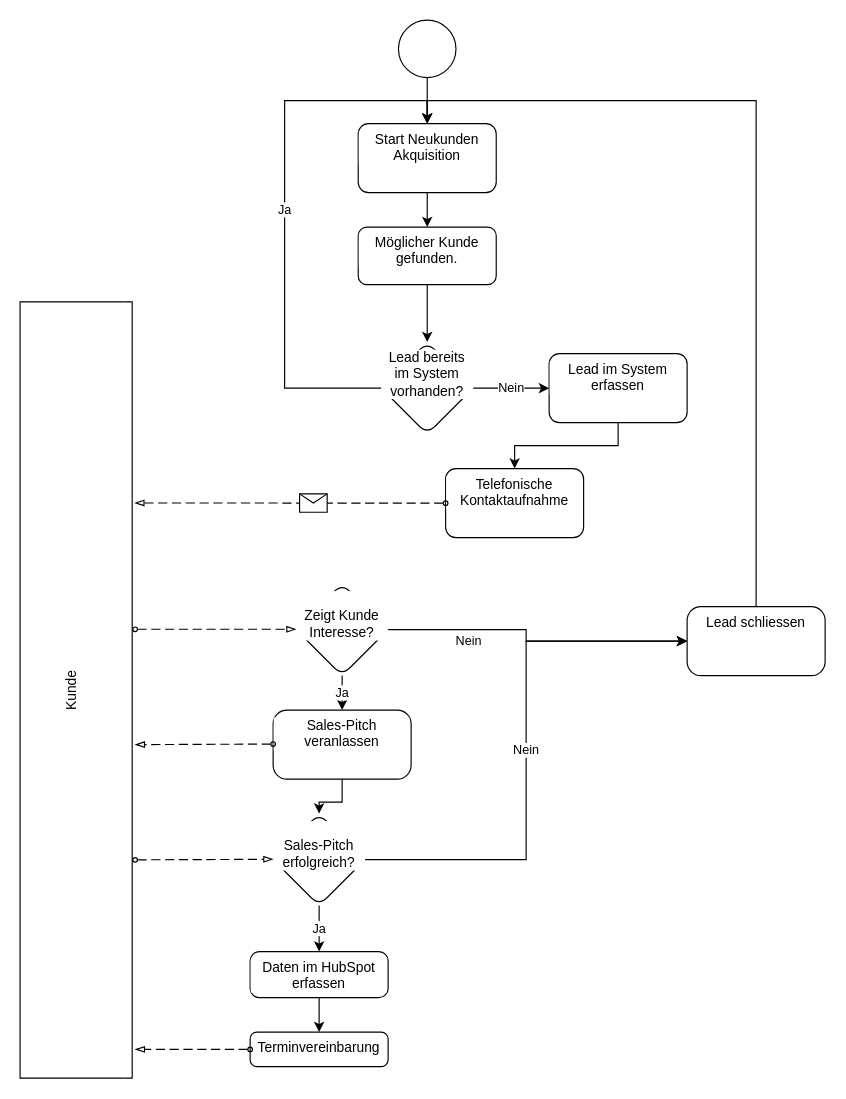
Above: Informationssysteme.drawio in gesv1991/hello-world (draw.io), before the change. Source tidied: cells renumbered, new cells numbered last; positions are measured from the earlier drawing's top-left corner, leaving out a move shared by most shapes. Both pictures are drawn from the tidied source at 115%, with x=0, y=0 at pixel (-313, 20).
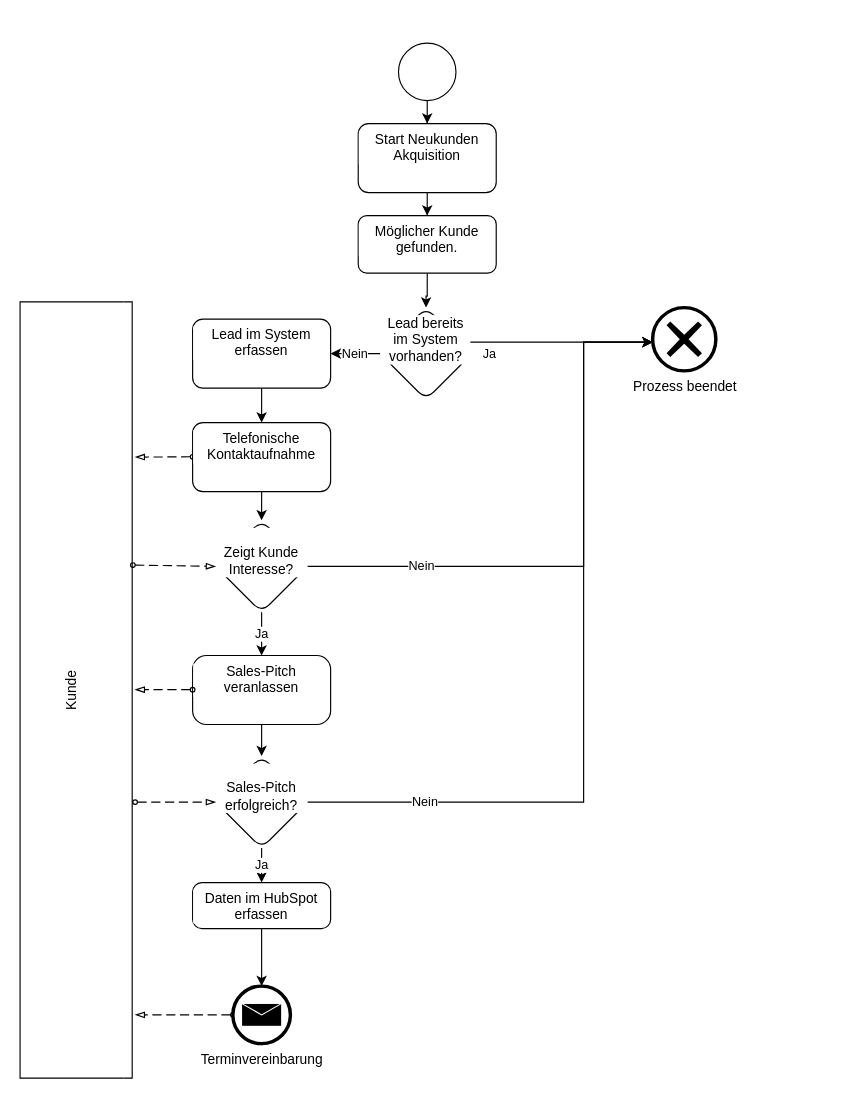
Above is the later version.

Unchanged cells that the change refers to:
```xml
<mxCell id="5" value="Start Neukunden Akquisition" style="rounded=1;whiteSpace=wrap;html=1;verticalAlign=top;labelBackgroundColor=#ffffff;" parent="1" vertex="1">
  <mxGeometry x="583" y="90" width="120" height="60" as="geometry" />
</mxCell>
<mxCell id="6" value="Kunde" style="swimlane;html=1;startSize=90;fontStyle=0;horizontal=1;swimlaneLine=0;fillColor=none;whiteSpace=wrap;rotation=-90;" parent="1" vertex="1">
  <mxGeometry x="0.2" y="533.8" width="675" height="97.5" as="geometry" />
</mxCell>
```

The edit, as a diff of the source:
```diff
@@
     <mxCell id="3" style="points=[[0.145,0.145,0],[0.5,0,0],[0.855,0.145,0],[1,0.5,0],[0.855,0.855,0],[0.5,1,0],[0.145,0.855,0],[0,0.5,0]];shape=mxgraph.bpmn.event;html=1;verticalLabelPosition=bottom;labelBackgroundColor=#ffffff;verticalAlign=top;align=center;perimeter=ellipsePerimeter;outlineConnect=0;outline=standard;symbol=general;" parent="1" vertex="1">
-      <mxGeometry x="618" width="50" height="50" as="geometry" />
+      <mxGeometry x="618" y="20" width="50" height="50" as="geometry" />
     </mxCell>
@@
+    <mxCell id="34" style="endArrow=blockThin;html=1;labelPosition=left;verticalLabelPosition=middle;align=right;verticalAlign=middle;dashed=1;dashPattern=8 4;endFill=0;startArrow=oval;startFill=0;endSize=6;startSize=4;rounded=0;exitX=0;exitY=0.5;exitDx=0;exitDy=0;" parent="6" edge="1">
+      <mxGeometry relative="1" as="geometry">
+        <mxPoint x="438.8" y="-154.1" as="sourcePoint" />
+        <mxPoint x="388.8" y="-153.8" as="targetPoint" />
+      </mxGeometry>
+    </mxCell>
@@
     <mxCell id="8" value="Möglicher Kunde gefunden." style="rounded=1;whiteSpace=wrap;html=1;verticalAlign=top;labelBackgroundColor=#ffffff;" parent="1" vertex="1">
-      <mxGeometry x="583" y="180" width="120" height="50" as="geometry" />
+      <mxGeometry x="583" y="170" width="120" height="50" as="geometry" />
     </mxCell>
+    <mxCell id="10" value="Nein" style="edgeStyle=orthogonalEdgeStyle;rounded=0;jettySize=auto;html=1;" parent="1" edge="1" source="11" target="13">
+      <mxGeometry relative="1" as="geometry" />
+    </mxCell>
-    <mxCell id="9" value="Ja" style="edgeStyle=orthogonalEdgeStyle;rounded=0;jettySize=auto;html=1;" parent="1" edge="1" source="11">
-      <mxGeometry relative="1" as="geometry">
-        <mxPoint x="643" y="90" as="targetPoint" />
+    <mxCell id="9" value="Ja" style="edgeStyle=orthogonalEdgeStyle;rounded=0;jettySize=auto;html=1;entryX=0;entryY=0.5;entryDx=0;entryDy=0;" parent="1" edge="1" source="11">
+      <mxGeometry x="-0.7" y="-10" relative="1" as="geometry">
+        <mxPoint x="839" y="280" as="targetPoint" />
         <Array as="points">
-          <mxPoint x="519" y="320" />
-          <mxPoint x="519" y="70" />
-          <mxPoint x="643" y="70" />
+          <mxPoint x="729" y="280" />
+          <mxPoint x="729" y="280" />
         </Array>
       </mxGeometry>
     </mxCell>
-    <mxCell id="10" value="Nein" style="edgeStyle=orthogonalEdgeStyle;rounded=0;jettySize=auto;html=1;" parent="1" edge="1" source="11" target="13">
-      <mxGeometry relative="1" as="geometry" />
-    </mxCell>
     <mxCell id="11" value="Lead bereits im System vorhanden?" style="rhombus;whiteSpace=wrap;html=1;verticalAlign=top;rounded=1;labelBackgroundColor=#ffffff;" parent="1" vertex="1">
-      <mxGeometry x="603" y="280" width="80" height="80" as="geometry" />
+      <mxGeometry x="602" y="250" width="80" height="80" as="geometry" />
     </mxCell>
@@
     <mxCell id="13" value="Lead im System erfassen" style="whiteSpace=wrap;html=1;verticalAlign=top;rounded=1;labelBackgroundColor=#ffffff;" parent="1" vertex="1">
-      <mxGeometry x="749" y="290" width="120" height="60" as="geometry" />
+      <mxGeometry x="439" y="260" width="120" height="60" as="geometry" />
     </mxCell>
+    <mxCell id="35" style="edgeStyle=orthogonalEdgeStyle;rounded=0;jettySize=auto;html=1;" parent="1" edge="1" source="14" target="20">
+      <mxGeometry relative="1" as="geometry" />
+    </mxCell>
     <mxCell id="14" value="Telefonische Kontaktaufnahme" style="whiteSpace=wrap;html=1;verticalAlign=top;rounded=1;labelBackgroundColor=#ffffff;" parent="1" vertex="1">
-      <mxGeometry x="659" y="390" width="120" height="60" as="geometry" />
+      <mxGeometry x="439" y="350" width="120" height="60" as="geometry" />
     </mxCell>
-    <mxCell id="15" style="endArrow=blockThin;html=1;labelPosition=left;verticalLabelPosition=middle;align=right;verticalAlign=middle;dashed=1;dashPattern=8 4;endFill=0;startArrow=oval;startFill=0;endSize=6;startSize=4;rounded=0;exitX=0;exitY=0.5;exitDx=0;exitDy=0;entryX=0.741;entryY=1.022;entryDx=0;entryDy=0;entryPerimeter=0;" parent="1" edge="1" source="14" target="6">
-      <mxGeometry relative="1" as="geometry" />
-    </mxCell>
-    <mxCell id="16" style="shape=message;html=1;labelPosition=left;verticalLabelPosition=middle;align=right;verticalAlign=middle;spacingRight=5;labelBackgroundColor=#ffffff;" parent="15" vertex="1">
-      <mxGeometry width="24" height="16" relative="1" as="geometry">
-        <mxPoint x="8" y="-8" as="offset" />
-      </mxGeometry>
-    </mxCell>
-    <mxCell id="17" style="endArrow=blockThin;html=1;labelPosition=left;verticalLabelPosition=middle;align=right;verticalAlign=middle;dashed=1;dashPattern=8 4;endFill=0;startArrow=oval;startFill=0;endSize=6;startSize=4;rounded=0;exitX=0;exitY=0.5;exitDx=0;exitDy=0;" parent="1" edge="1">
-      <mxGeometry relative="1" as="geometry">
-        <mxPoint x="389" y="529.7" as="sourcePoint" />
-        <mxPoint x="529" y="529.7" as="targetPoint" />
-      </mxGeometry>
+    <mxCell id="17" style="endArrow=blockThin;html=1;labelPosition=left;verticalLabelPosition=middle;align=right;verticalAlign=middle;dashed=1;dashPattern=8 4;endFill=0;startArrow=oval;startFill=0;endSize=6;startSize=4;rounded=0;exitX=0.661;exitY=1.006;exitDx=0;exitDy=0;entryX=0;entryY=0.5;entryDx=0;entryDy=0;exitPerimeter=0;" parent="1" edge="1" source="6" target="20">
+      <mxGeometry relative="1" as="geometry" />
     </mxCell>
-    <mxCell id="18" value="Nein" style="edgeStyle=orthogonalEdgeStyle;rounded=0;jettySize=auto;html=1;" parent="1" edge="1" source="20" target="22">
-      <mxGeometry x="-0.48" y="-10" relative="1" as="geometry">
+    <mxCell id="18" value="Nein" style="edgeStyle=orthogonalEdgeStyle;rounded=0;jettySize=auto;html=1;exitX=1;exitY=0.5;exitDx=0;exitDy=0;" parent="1" edge="1" source="20">
+      <mxGeometry x="-0.6" relative="1" as="geometry">
+        <mxPoint x="839" y="280" as="targetPoint" />
         <Array as="points">
-          <mxPoint x="729" y="530" />
-          <mxPoint x="729" y="540" />
+          <mxPoint x="779" y="475" />
+          <mxPoint x="779" y="280" />
         </Array>
       </mxGeometry>
     </mxCell>
@@
     <mxCell id="20" value="&lt;br&gt;Zeigt Kunde Interesse?" style="rhombus;whiteSpace=wrap;html=1;verticalAlign=top;rounded=1;labelBackgroundColor=#ffffff;arcSize=20;" parent="1" vertex="1">
-      <mxGeometry x="529" y="490" width="80" height="80" as="geometry" />
+      <mxGeometry x="459" y="435" width="80" height="80" as="geometry" />
     </mxCell>
-    <mxCell id="21" style="edgeStyle=orthogonalEdgeStyle;rounded=0;jettySize=auto;html=1;entryX=0.5;entryY=0;entryDx=0;entryDy=0;" parent="1" edge="1" source="22" target="5">
-      <mxGeometry relative="1" as="geometry">
-        <Array as="points">
-          <mxPoint x="929" y="70" />
-          <mxPoint x="643" y="70" />
-        </Array>
-      </mxGeometry>
-    </mxCell>
-    <mxCell id="22" value="Lead schliessen" style="whiteSpace=wrap;html=1;verticalAlign=top;rounded=1;labelBackgroundColor=#ffffff;arcSize=20;" parent="1" vertex="1">
-      <mxGeometry x="869" y="510" width="120" height="60" as="geometry" />
-    </mxCell>
@@
     <mxCell id="24" value="Sales-Pitch veranlassen" style="whiteSpace=wrap;html=1;verticalAlign=top;rounded=1;labelBackgroundColor=#ffffff;arcSize=20;" parent="1" vertex="1">
-      <mxGeometry x="509" y="600" width="120" height="60" as="geometry" />
+      <mxGeometry x="439" y="552.5" width="120" height="60" as="geometry" />
     </mxCell>
-    <mxCell id="25" style="endArrow=blockThin;html=1;labelPosition=left;verticalLabelPosition=middle;align=right;verticalAlign=middle;dashed=1;dashPattern=8 4;endFill=0;startArrow=oval;startFill=0;endSize=6;startSize=4;rounded=0;exitX=0;exitY=0.5;exitDx=0;exitDy=0;" parent="1" edge="1">
+    <mxCell id="25" style="endArrow=blockThin;html=1;labelPosition=left;verticalLabelPosition=middle;align=right;verticalAlign=middle;dashed=1;dashPattern=8 4;endFill=0;startArrow=oval;startFill=0;endSize=6;startSize=4;rounded=0;" parent="1" edge="1">
       <mxGeometry relative="1" as="geometry">
-        <mxPoint x="509" y="629.5" as="sourcePoint" />
-        <mxPoint x="389" y="630" as="targetPoint" />
+        <mxPoint x="439" y="582.2" as="sourcePoint" />
+        <mxPoint x="389" y="582.2" as="targetPoint" />
       </mxGeometry>
     </mxCell>
-    <mxCell id="26" style="endArrow=blockThin;html=1;labelPosition=left;verticalLabelPosition=middle;align=right;verticalAlign=middle;dashed=1;dashPattern=8 4;endFill=0;startArrow=oval;startFill=0;endSize=6;startSize=4;rounded=0;exitX=0;exitY=0.5;exitDx=0;exitDy=0;" parent="1" edge="1">
+    <mxCell id="26" style="endArrow=blockThin;html=1;labelPosition=left;verticalLabelPosition=middle;align=right;verticalAlign=middle;dashed=1;dashPattern=8 4;endFill=0;startArrow=oval;startFill=0;endSize=6;startSize=4;rounded=0;entryX=0;entryY=0.5;entryDx=0;entryDy=0;" parent="1" edge="1" target="29">
       <mxGeometry relative="1" as="geometry">
-        <mxPoint x="389" y="730.2" as="sourcePoint" />
-        <mxPoint x="509" y="729.7" as="targetPoint" />
+        <mxPoint x="389" y="680" as="sourcePoint" />
       </mxGeometry>
     </mxCell>
-    <mxCell id="27" value="Nein" style="edgeStyle=orthogonalEdgeStyle;rounded=0;jettySize=auto;html=1;entryX=0;entryY=0.5;entryDx=0;entryDy=0;" parent="1" edge="1" source="29" target="22">
-      <mxGeometry relative="1" as="geometry" />
+    <mxCell id="27" value="Nein" style="edgeStyle=orthogonalEdgeStyle;rounded=0;jettySize=auto;html=1;entryX=0;entryY=0.5;entryDx=0;entryDy=0;" parent="1" edge="1" source="29">
+      <mxGeometry x="-0.71" relative="1" as="geometry">
+        <mxPoint x="839" y="280" as="targetPoint" />
+        <Array as="points">
+          <mxPoint x="779" y="680" />
+          <mxPoint x="779" y="280" />
+        </Array>
+      </mxGeometry>
     </mxCell>
@@
     <mxCell id="29" value="&lt;br&gt;Sales-Pitch erfolgreich?" style="rhombus;whiteSpace=wrap;html=1;verticalAlign=top;rounded=1;labelBackgroundColor=#ffffff;arcSize=20;" parent="1" vertex="1">
-      <mxGeometry x="509" y="690" width="80" height="80" as="geometry" />
+      <mxGeometry x="459" y="640" width="80" height="80" as="geometry" />
     </mxCell>
-    <mxCell id="30" style="edgeStyle=orthogonalEdgeStyle;rounded=0;jettySize=auto;html=1;" parent="1" edge="1" source="31" target="32">
+    <mxCell id="30" style="edgeStyle=orthogonalEdgeStyle;rounded=0;jettySize=auto;html=1;entryX=0.5;entryY=0;entryDx=0;entryDy=0;entryPerimeter=0;" parent="1" edge="1" source="31" target="32">
       <mxGeometry relative="1" as="geometry" />
     </mxCell>
     <mxCell id="31" value="Daten im HubSpot erfassen" style="whiteSpace=wrap;html=1;verticalAlign=top;rounded=1;labelBackgroundColor=#ffffff;arcSize=20;" parent="1" vertex="1">
-      <mxGeometry x="489" y="810" width="120" height="40" as="geometry" />
+      <mxGeometry x="439" y="750" width="120" height="40" as="geometry" />
     </mxCell>
+    <mxCell id="33" style="endArrow=blockThin;html=1;labelPosition=left;verticalLabelPosition=middle;align=right;verticalAlign=middle;dashed=1;dashPattern=8 4;endFill=0;startArrow=oval;startFill=0;endSize=6;startSize=4;rounded=0;exitX=0;exitY=0.5;exitDx=0;exitDy=0;exitPerimeter=0;" parent="1" edge="1" source="32">
+      <mxGeometry relative="1" as="geometry">
+        <mxPoint x="389" y="865" as="targetPoint" />
+      </mxGeometry>
+    </mxCell>
-    <mxCell id="32" value="Terminvereinbarung" style="whiteSpace=wrap;html=1;verticalAlign=top;rounded=1;labelBackgroundColor=#ffffff;arcSize=20;" parent="1" vertex="1">
-      <mxGeometry x="489" y="880" width="120" height="30" as="geometry" />
+    <mxCell id="32" value="Terminvereinbarung" style="points=[[0.145,0.145,0],[0.5,0,0],[0.855,0.145,0],[1,0.5,0],[0.855,0.855,0],[0.5,1,0],[0.145,0.855,0],[0,0.5,0]];shape=mxgraph.bpmn.event;html=1;verticalLabelPosition=bottom;labelBackgroundColor=#ffffff;verticalAlign=top;align=center;perimeter=ellipsePerimeter;outlineConnect=0;outline=end;symbol=message;" parent="1" vertex="1">
+      <mxGeometry x="474" y="840" width="50" height="50" as="geometry" />
     </mxCell>
-    <mxCell id="33" style="endArrow=blockThin;html=1;labelPosition=left;verticalLabelPosition=middle;align=right;verticalAlign=middle;dashed=1;dashPattern=8 4;endFill=0;startArrow=oval;startFill=0;endSize=6;startSize=4;rounded=0;exitX=0;exitY=0.5;exitDx=0;exitDy=0;" parent="1" edge="1" source="32">
-      <mxGeometry relative="1" as="geometry">
-        <mxPoint x="389" y="895" as="targetPoint" />
-      </mxGeometry>
-    </mxCell>
+    <mxCell id="36" style="edgeStyle=orthogonalEdgeStyle;rounded=0;orthogonalLoop=1;jettySize=auto;html=1;exitX=1;exitY=0.5;exitDx=0;exitDy=0;" parent="1" edge="1">
+      <mxGeometry relative="1" as="geometry">
+        <mxPoint x="455.8" y="420" as="sourcePoint" />
+        <mxPoint x="456.1" y="420" as="targetPoint" />
+      </mxGeometry>
+    </mxCell>
+    <mxCell id="37" value="Prozess beendet" style="shape=mxgraph.bpmn.event;html=1;verticalLabelPosition=bottom;labelBackgroundColor=#ffffff;verticalAlign=top;align=center;perimeter=ellipsePerimeter;outline=end;symbol=cancel;" parent="1" vertex="1">
+      <mxGeometry x="839" y="250" width="55" height="55" as="geometry" />
+    </mxCell>
```
